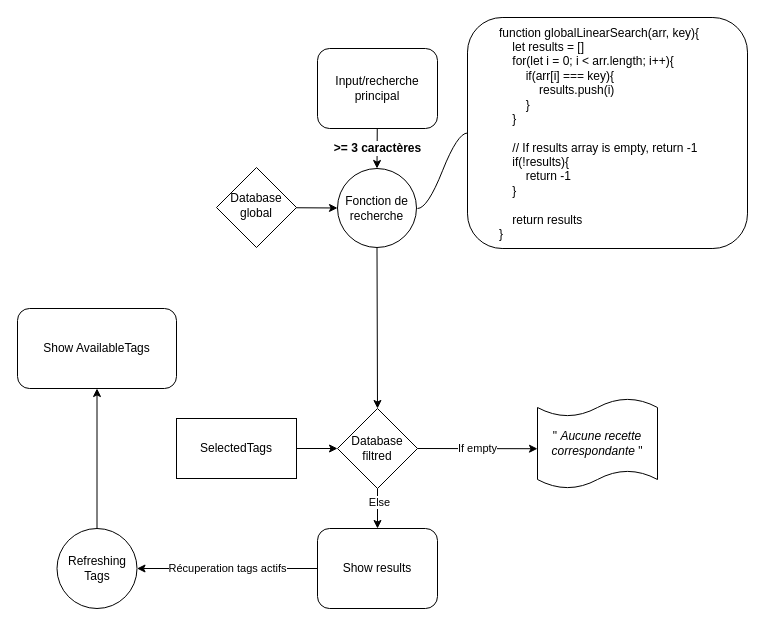
Earlier version of the draw.io diagram page "Page-1" (1 of 2) of P7-P11-Search-Engin.drawio (Cadegan/P11-front-end-search-engine). Source tidied: cells renumbered, new cells numbered last; positions are measured from the earlier drawing's top-left corner, leaving out a move shared by most shapes. Both pictures are drawn from the tidied source at 100%, with x=0, y=0 at pixel (17, 17).
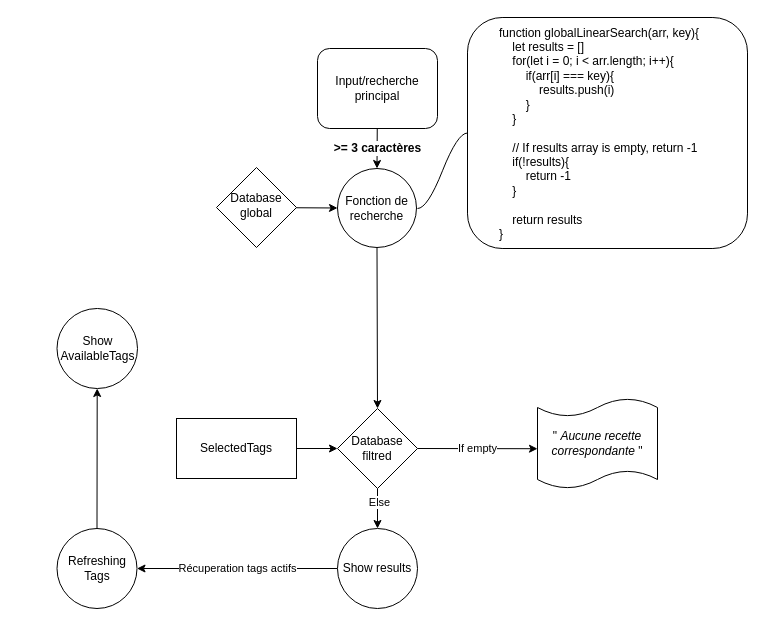
The same diagram, later.

The edit, as a diff of the source:
```diff
@@
-    <mxCell id="12" value="Show results" style="rounded=1;whiteSpace=wrap;html=1;" parent="1" vertex="1">
-      <mxGeometry x="300" y="511" width="120" height="80" as="geometry" />
+    <mxCell id="12" value="Show results" style="rounded=1;whiteSpace=wrap;html=1;arcSize=50;" parent="1" vertex="1">
+      <mxGeometry x="320" y="511" width="80" height="80" as="geometry" />
     </mxCell>
@@
-    <mxCell id="20" value="Show AvailableTags" style="rounded=1;whiteSpace=wrap;html=1;" parent="1" vertex="1">
-      <mxGeometry y="291" width="159" height="80" as="geometry" />
+    <mxCell id="20" value="Show AvailableTags" style="rounded=1;whiteSpace=wrap;html=1;arcSize=50;" parent="1" vertex="1">
+      <mxGeometry x="39.5" y="291" width="80.5" height="80" as="geometry" />
     </mxCell>
```
